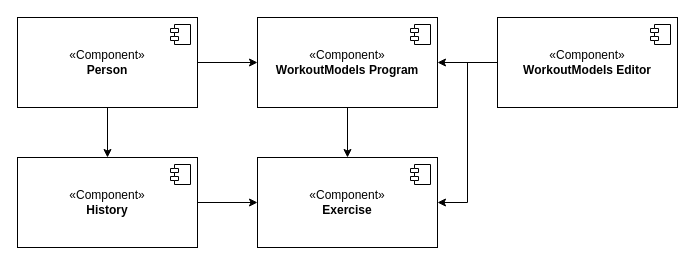
The draw.io diagram page "Page-1" (1 of 2) of documentation/DatabaseSchema.drawio in janneskasper/conFitAPI, before the edit. Source tidied: cells renumbered, new cells numbered last; positions are measured from the earlier drawing's top-left corner, leaving out a move shared by most shapes. Both pictures are drawn from the tidied source at 100%, with x=0, y=0 at pixel (17, 17).
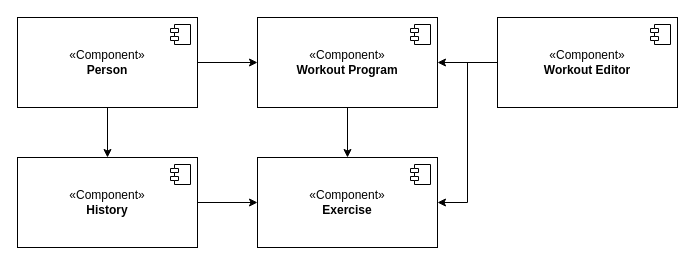
After the change.

Change to the diagram source:
```diff
@@
-    <mxCell id="7" value="«Component»&lt;br&gt;&lt;b&gt;WorkoutModels Program&lt;/b&gt;" style="html=1;whiteSpace=wrap;" parent="1" vertex="1">
+    <mxCell id="7" value="«Component»&lt;br&gt;&lt;b&gt;Workout Program&lt;/b&gt;" style="html=1;whiteSpace=wrap;" parent="1" vertex="1">
       <mxGeometry x="240" width="180" height="90" as="geometry" />
     </mxCell>
@@
-    <mxCell id="13" value="«Component»&lt;br&gt;&lt;b&gt;WorkoutModels Editor&lt;/b&gt;" style="html=1;whiteSpace=wrap;" parent="1" vertex="1">
+    <mxCell id="13" value="«Component»&lt;br&gt;&lt;b&gt;Workout Editor&lt;/b&gt;" style="html=1;whiteSpace=wrap;" parent="1" vertex="1">
       <mxGeometry x="480" width="180" height="90" as="geometry" />
     </mxCell>
```
